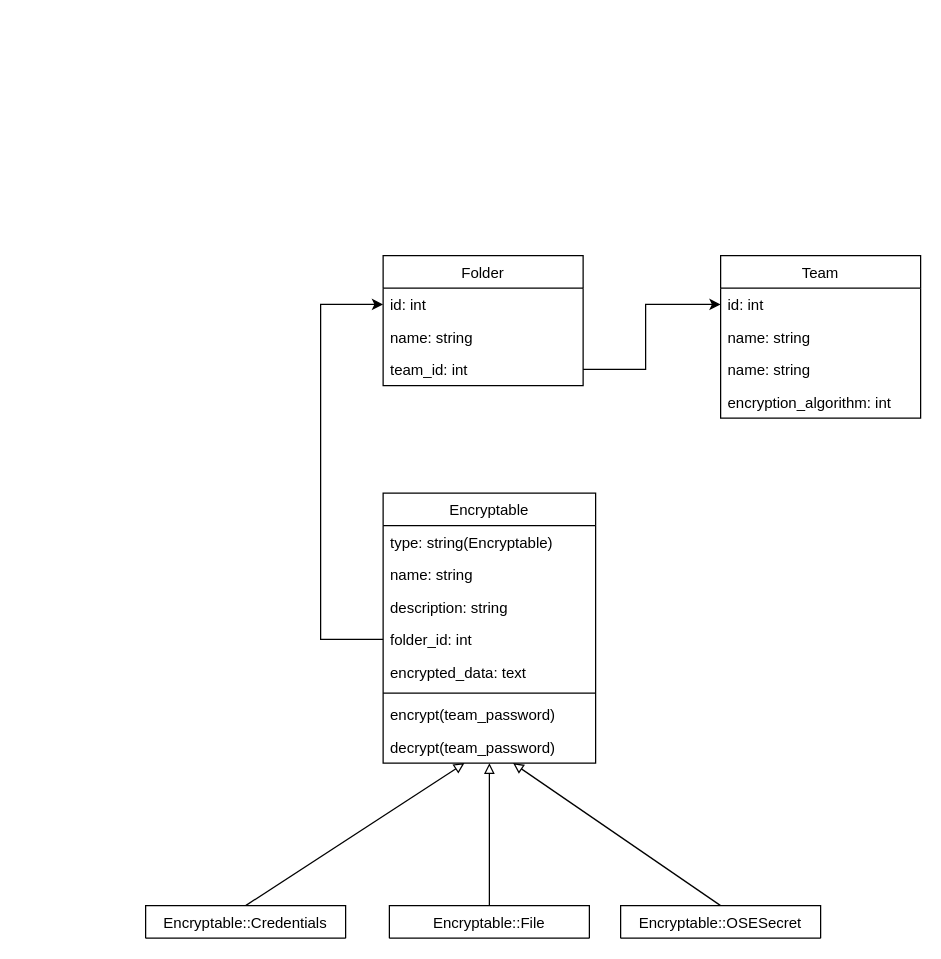
puzzle-bbt/kon-cryptopus-encryptables keeps this draw.io diagram as 1_konzeption/_files/encryptables.drawio. Above is the earlier version. Source tidied: cells renumbered, new cells numbered last; positions are measured from the earlier drawing's top-left corner, leaving out a move shared by most shapes. Both pictures are drawn from the tidied source at 125%, with x=0, y=0 at pixel (145, 255).
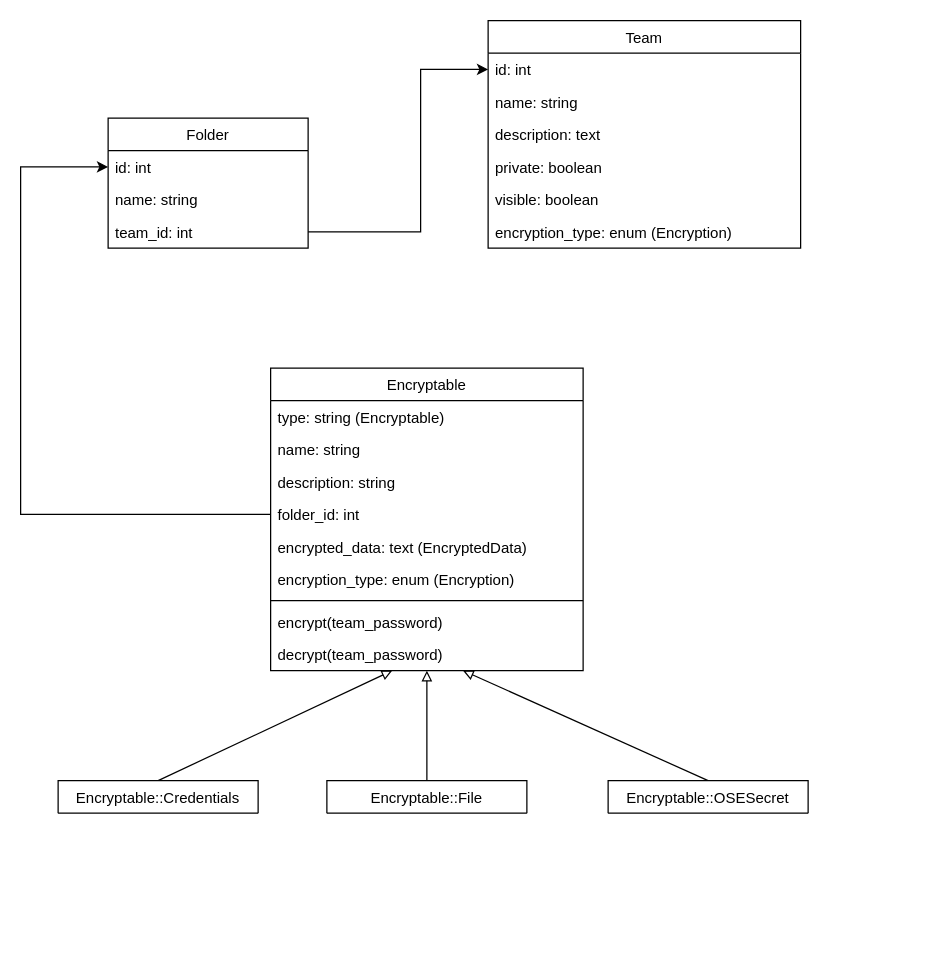
Above is the later version.

Unchanged cells that the change refers to:
```xml
<mxCell id="15" value="id: int" style="text;align=left;verticalAlign=top;spacingLeft=4;spacingRight=4;overflow=hidden;points=[[0,0.5],[1,0.5]];portConstraint=eastwest;rounded=0;shadow=0;html=0;" parent="14" vertex="1">
  <mxGeometry y="26" width="160" height="26" as="geometry" />
</mxCell>
<mxCell id="17" value="team_id: int" style="text;align=left;verticalAlign=top;spacingLeft=4;spacingRight=4;overflow=hidden;points=[[0,0.5],[1,0.5]];portConstraint=eastwest;rounded=0;shadow=0;html=0;" parent="14" vertex="1">
  <mxGeometry y="78" width="160" height="26" as="geometry" />
</mxCell>
```

The edit, as a diff of the source:
```diff
@@
     <mxCell id="5" value="Encryptable" style="swimlane;fontStyle=0;align=center;verticalAlign=top;horizontal=1;startSize=26;rounded=0;shadow=0;strokeWidth=1;" parent="1" vertex="1">
-      <mxGeometry x="190" y="190" width="170" height="216" as="geometry" />
+      <mxGeometry x="100" y="90" width="250" height="242" as="geometry" />
     </mxCell>
-    <mxCell id="6" value="type: string(Encryptable)" style="text;align=left;verticalAlign=top;spacingLeft=4;spacingRight=4;overflow=hidden;" parent="5" vertex="1">
-      <mxGeometry y="26" width="170" height="26" as="geometry" />
+    <mxCell id="6" value="type: string (Encryptable)" style="text;align=left;verticalAlign=top;spacingLeft=4;spacingRight=4;overflow=hidden;" parent="5" vertex="1">
+      <mxGeometry y="26" width="250" height="26" as="geometry" />
     </mxCell>
     <mxCell id="7" value="name: string" style="text;align=left;verticalAlign=top;spacingLeft=4;spacingRight=4;overflow=hidden;rounded=0;shadow=0;html=0;" parent="5" vertex="1">
-      <mxGeometry y="52" width="170" height="26" as="geometry" />
+      <mxGeometry y="52" width="250" height="26" as="geometry" />
     </mxCell>
     <mxCell id="8" value="description: string" style="text;align=left;verticalAlign=top;spacingLeft=4;spacingRight=4;overflow=hidden;rounded=0;shadow=0;html=0;" parent="5" vertex="1">
-      <mxGeometry y="78" width="170" height="26" as="geometry" />
+      <mxGeometry y="78" width="250" height="26" as="geometry" />
     </mxCell>
     <mxCell id="9" value="folder_id: int" style="text;align=left;verticalAlign=top;spacingLeft=4;spacingRight=4;overflow=hidden;points=[[0,0.5],[1,0.5]];portConstraint=eastwest;rounded=0;shadow=0;html=0;" parent="5" vertex="1">
-      <mxGeometry y="104" width="170" height="26" as="geometry" />
+      <mxGeometry y="104" width="250" height="26" as="geometry" />
     </mxCell>
-    <mxCell id="10" value="encrypted_data: text" style="text;align=left;verticalAlign=top;spacingLeft=4;spacingRight=4;overflow=hidden;rounded=0;shadow=0;html=0;" parent="5" vertex="1">
-      <mxGeometry y="130" width="170" height="26" as="geometry" />
+    <mxCell id="10" value="encrypted_data: text (EncryptedData)" style="text;align=left;verticalAlign=top;spacingLeft=4;spacingRight=4;overflow=hidden;rounded=0;shadow=0;html=0;" parent="5" vertex="1">
+      <mxGeometry y="130" width="250" height="26" as="geometry" />
     </mxCell>
+    <mxCell id="28" value="encryption_type: enum (Encryption)" style="text;align=left;verticalAlign=top;spacingLeft=4;spacingRight=4;overflow=hidden;rounded=0;shadow=0;html=0;" parent="5" vertex="1">
+      <mxGeometry y="156" width="250" height="26" as="geometry" />
+    </mxCell>
     <mxCell id="11" style="line;html=1;strokeWidth=1;align=left;verticalAlign=middle;spacingTop=-1;spacingLeft=3;spacingRight=3;labelPosition=right;" parent="5" vertex="1">
-      <mxGeometry y="156" width="170" height="8" as="geometry" />
+      <mxGeometry y="182" width="250" height="8" as="geometry" />
     </mxCell>
     <mxCell id="12" value="encrypt(team_password)" style="text;align=left;verticalAlign=top;spacingLeft=4;spacingRight=4;overflow=hidden;" parent="5" vertex="1">
-      <mxGeometry y="164" width="170" height="26" as="geometry" />
+      <mxGeometry y="190" width="250" height="26" as="geometry" />
     </mxCell>
     <mxCell id="13" value="decrypt(team_password)" style="text;align=left;verticalAlign=top;spacingLeft=4;spacingRight=4;overflow=hidden;points=[[0,0.5],[1,0.5]];portConstraint=eastwest;" parent="5" vertex="1">
-      <mxGeometry y="190" width="170" height="26" as="geometry" />
+      <mxGeometry y="216" width="250" height="26" as="geometry" />
     </mxCell>
     <mxCell id="14" value="Folder" style="swimlane;fontStyle=0;align=center;verticalAlign=top;horizontal=1;startSize=26;rounded=0;shadow=0;strokeWidth=1;" parent="1" vertex="1">
-      <mxGeometry x="190" width="160" height="104" as="geometry" />
+      <mxGeometry x="-30" y="-110" width="160" height="104" as="geometry" />
     </mxCell>
@@
-    <mxCell id="18" style="edgeStyle=orthogonalEdgeStyle;rounded=0;jettySize=auto;html=1;entryX=0;entryY=0.5;entryDx=0;entryDy=0;startArrow=classic;startFill=1;endArrow=none;endFill=0;" parent="1" edge="1" source="15" target="9">
+    <mxCell id="18" style="edgeStyle=orthogonalEdgeStyle;rounded=0;jettySize=auto;html=1;entryX=0;entryY=0.5;entryDx=0;entryDy=0;startArrow=classic;startFill=1;endArrow=none;endFill=0;exitX=0;exitY=0.5;exitDx=0;exitDy=0;" parent="1" edge="1" source="15" target="9">
       <mxGeometry relative="1" as="geometry">
         <Array as="points">
-          <mxPoint x="140" y="39" />
-          <mxPoint x="140" y="307" />
+          <mxPoint x="-100" y="-71" />
+          <mxPoint x="-100" y="207" />
         </Array>
       </mxGeometry>
     </mxCell>
     <mxCell id="19" value="Encryptable::Credentials" style="swimlane;fontStyle=0;align=center;verticalAlign=top;horizontal=1;startSize=26;rounded=0;shadow=0;strokeWidth=1;" parent="1" vertex="1" collapsed="1">
-      <mxGeometry y="520" width="160" height="26" as="geometry" />
+      <mxGeometry x="-70" y="420" width="160" height="26" as="geometry" />
     </mxCell>
     <mxCell id="20" value="Encryptable::File" style="swimlane;fontStyle=0;align=center;verticalAlign=top;horizontal=1;startSize=26;rounded=0;shadow=0;strokeWidth=1;" parent="1" vertex="1" collapsed="1">
-      <mxGeometry x="195" y="520" width="160" height="26" as="geometry" />
+      <mxGeometry x="145" y="420" width="160" height="26" as="geometry" />
     </mxCell>
     <mxCell id="21" value="Encryptable::OSESecret" style="swimlane;fontStyle=0;align=center;verticalAlign=top;horizontal=1;startSize=26;rounded=0;shadow=0;strokeWidth=1;" parent="1" vertex="1" collapsed="1">
-      <mxGeometry x="380" y="520" width="160" height="26" as="geometry" />
+      <mxGeometry x="370" y="420" width="160" height="26" as="geometry" />
     </mxCell>
     <mxCell id="22" value="Team" style="swimlane;fontStyle=0;align=center;verticalAlign=top;horizontal=1;startSize=26;rounded=0;shadow=0;strokeWidth=1;" parent="1" vertex="1">
-      <mxGeometry x="460" width="160" height="130" as="geometry" />
+      <mxGeometry x="274" y="-188" width="250" height="182" as="geometry" />
     </mxCell>
     <mxCell id="23" value="id: int" style="text;align=left;verticalAlign=top;spacingLeft=4;spacingRight=4;overflow=hidden;points=[[0,0.5],[1,0.5]];portConstraint=eastwest;rounded=0;shadow=0;html=0;" parent="22" vertex="1">
-      <mxGeometry y="26" width="160" height="26" as="geometry" />
+      <mxGeometry y="26" width="250" height="26" as="geometry" />
     </mxCell>
     <mxCell id="24" value="name: string" style="text;align=left;verticalAlign=top;spacingLeft=4;spacingRight=4;overflow=hidden;rounded=0;shadow=0;html=0;" parent="22" vertex="1">
-      <mxGeometry y="52" width="160" height="26" as="geometry" />
+      <mxGeometry y="52" width="250" height="26" as="geometry" />
     </mxCell>
-    <mxCell id="25" value="name: string" style="text;align=left;verticalAlign=top;spacingLeft=4;spacingRight=4;overflow=hidden;rounded=0;shadow=0;html=0;" parent="22" vertex="1">
-      <mxGeometry y="78" width="160" height="26" as="geometry" />
-    </mxCell>
+    <mxCell id="29" value="description: text" style="text;align=left;verticalAlign=top;spacingLeft=4;spacingRight=4;overflow=hidden;rounded=0;shadow=0;html=0;" parent="22" vertex="1">
+      <mxGeometry y="78" width="250" height="26" as="geometry" />
+    </mxCell>
+    <mxCell id="30" value="private: boolean" style="text;align=left;verticalAlign=top;spacingLeft=4;spacingRight=4;overflow=hidden;rounded=0;shadow=0;html=0;" parent="22" vertex="1">
+      <mxGeometry y="104" width="250" height="26" as="geometry" />
+    </mxCell>
+    <mxCell id="31" value="visible: boolean" style="text;align=left;verticalAlign=top;spacingLeft=4;spacingRight=4;overflow=hidden;rounded=0;shadow=0;html=0;" parent="22" vertex="1">
+      <mxGeometry y="130" width="250" height="26" as="geometry" />
+    </mxCell>
-    <mxCell id="26" value="encryption_algorithm: int" style="text;align=left;verticalAlign=top;spacingLeft=4;spacingRight=4;overflow=hidden;rounded=0;shadow=0;html=0;" parent="22" vertex="1">
-      <mxGeometry y="104" width="160" height="26" as="geometry" />
+    <mxCell id="26" value="encryption_type: enum (Encryption)" style="text;align=left;verticalAlign=top;spacingLeft=4;spacingRight=4;overflow=hidden;rounded=0;shadow=0;html=0;" parent="22" vertex="1">
+      <mxGeometry y="156" width="250" height="26" as="geometry" />
     </mxCell>
     <mxCell id="27" style="edgeStyle=orthogonalEdgeStyle;rounded=0;jettySize=auto;html=1;entryX=0;entryY=0.5;entryDx=0;entryDy=0;exitX=1;exitY=0.5;exitDx=0;exitDy=0;" parent="1" edge="1" source="17" target="23">
       <mxGeometry relative="1" as="geometry">
         <Array as="points">
-          <mxPoint x="400" y="91" />
-          <mxPoint x="400" y="39" />
+          <mxPoint x="220" y="-19" />
+          <mxPoint x="220" y="-149" />
         </Array>
       </mxGeometry>
     </mxCell>
```
